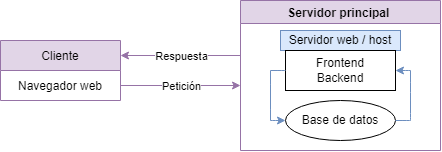
Before: My_portfolio_arquitecture.drawio.png, a diagram exported from draw.io (Geronimo-Samaja/My_repository_01). Source tidied: cells renumbered, new cells last; positions are measured from the earlier drawing's top-left corner, leaving out a move shared by most shapes.
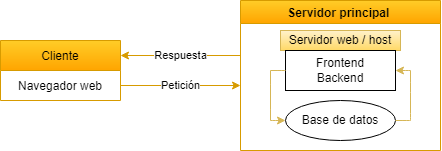
The same file after the commit.

What changed in the source:
```diff
@@ -2,16 +2,16 @@
   <root>
     <mxCell id="0" />
     <mxCell id="1" parent="0" />
-    <mxCell id="2" value="Cliente" style="swimlane;fontStyle=0;horizontal=1;startSize=30;fillColor=#e1d5e7;strokeColor=#9673a6;" parent="1" vertex="1">
+    <mxCell id="2" value="Cliente" style="swimlane;fontStyle=0;horizontal=1;startSize=30;fillColor=#ffcd28;strokeColor=#d79b00;gradientColor=#ffa500;" parent="1" vertex="1">
       <mxGeometry y="40" width="120" height="60" as="geometry" />
     </mxCell>
     <mxCell id="3" value="Navegador web" style="text;strokeColor=none;fillColor=none;align=center;verticalAlign=middle;spacingLeft=4;spacingRight=4;overflow=hidden;points=[[0,0.5],[1,0.5]];portConstraint=eastwest;" parent="2" vertex="1">
       <mxGeometry y="30" width="120" height="30" as="geometry" />
     </mxCell>
-    <mxCell id="4" value="Servidor principal " style="swimlane;fillColor=#e1d5e7;strokeColor=#9673a6;" parent="1" vertex="1">
+    <mxCell id="4" value="Servidor principal " style="swimlane;fillColor=#ffcd28;strokeColor=#d79b00;gradientColor=#ffa500;" parent="1" vertex="1">
       <mxGeometry x="240" width="200" height="150" as="geometry" />
     </mxCell>
-    <mxCell id="5" value="Servidor web / host" style="whiteSpace=wrap;html=1;fillColor=#dae8fc;strokeColor=#6c8ebf;" parent="4" vertex="1">
+    <mxCell id="5" value="Servidor web / host" style="whiteSpace=wrap;html=1;fillColor=#fff2cc;strokeColor=#d6b656;gradientColor=#ffd966;" parent="4" vertex="1">
       <mxGeometry x="40" y="30" width="120" height="20" as="geometry" />
     </mxCell>
     <mxCell id="6" value="Base de datos" style="ellipse;whiteSpace=wrap;html=1;" parent="4" vertex="1">
@@ -23,7 +23,7 @@
     <mxCell id="8" style="edgeStyle=none;shape=connector;curved=1;rounded=0;orthogonalLoop=1;jettySize=auto;html=1;entryX=1;entryY=0.5;entryDx=0;entryDy=0;labelBackgroundColor=default;fontFamily=Helvetica;fontSize=11;fontColor=default;endArrow=classic;strokeColor=default;" parent="4" edge="1" source="5" target="5">
       <mxGeometry relative="1" as="geometry" />
     </mxCell>
-    <mxCell id="9" style="endArrow=classic;html=1;rounded=0;exitX=1;exitY=0.5;exitDx=0;exitDy=0;fillColor=#e1d5e7;strokeColor=#9673a6;" parent="1" edge="1" source="3">
+    <mxCell id="9" style="endArrow=classic;html=1;rounded=0;exitX=1;exitY=0.5;exitDx=0;exitDy=0;fillColor=#ffcd28;strokeColor=#d79b00;gradientColor=#ffa500;" parent="1" edge="1" source="3">
       <mxGeometry relative="1" as="geometry">
         <mxPoint x="240" y="85" as="targetPoint" />
       </mxGeometry>
@@ -31,7 +31,7 @@
     <mxCell id="10" value="Petición" style="edgeLabel;html=1;align=center;verticalAlign=middle;" parent="9" vertex="1">
       <mxGeometry relative="1" as="geometry" />
     </mxCell>
-    <mxCell id="11" style="endArrow=classic;html=1;rounded=0;entryX=1;entryY=0.25;entryDx=0;entryDy=0;fillColor=#e1d5e7;strokeColor=#9673a6;" parent="1" edge="1" target="2">
+    <mxCell id="11" style="endArrow=classic;html=1;rounded=0;entryX=1;entryY=0.25;entryDx=0;entryDy=0;fillColor=#ffcd28;strokeColor=#d79b00;gradientColor=#ffa500;" parent="1" edge="1" target="2">
       <mxGeometry relative="1" as="geometry">
         <mxPoint x="240" y="55" as="sourcePoint" />
       </mxGeometry>
@@ -39,7 +39,7 @@
     <mxCell id="12" value="Respuesta" style="edgeLabel;html=1;align=center;verticalAlign=middle;" parent="11" vertex="1">
       <mxGeometry relative="1" as="geometry" />
     </mxCell>
-    <mxCell id="13" style="endArrow=none;html=1;rounded=0;labelBackgroundColor=default;fontFamily=Helvetica;fontSize=11;fontColor=default;strokeColor=#6c8ebf;shape=connector;curved=1;fillColor=#dae8fc;" parent="1" edge="1">
+    <mxCell id="13" style="endArrow=none;html=1;rounded=0;labelBackgroundColor=default;fontFamily=Helvetica;fontSize=11;fontColor=default;strokeColor=#d6b656;shape=connector;curved=1;fillColor=#fff2cc;gradientColor=#ffd966;" parent="1" edge="1">
       <mxGeometry relative="1" as="geometry">
         <mxPoint x="270" y="120" as="sourcePoint" />
         <mxPoint x="270" y="70" as="targetPoint" />
@@ -48,28 +48,28 @@
         </Array>
       </mxGeometry>
     </mxCell>
-    <mxCell id="14" style="endArrow=classic;html=1;rounded=0;labelBackgroundColor=default;fontFamily=Helvetica;fontSize=11;fontColor=default;strokeColor=#6c8ebf;shape=connector;curved=1;entryX=0;entryY=0.5;entryDx=0;entryDy=0;fillColor=#dae8fc;" parent="1" edge="1" target="6">
+    <mxCell id="14" style="endArrow=classic;html=1;rounded=0;labelBackgroundColor=default;fontFamily=Helvetica;fontSize=11;fontColor=default;strokeColor=#d6b656;shape=connector;curved=1;entryX=0;entryY=0.5;entryDx=0;entryDy=0;fillColor=#fff2cc;gradientColor=#ffd966;" parent="1" edge="1" target="6">
       <mxGeometry relative="1" as="geometry">
         <mxPoint x="270" y="120" as="sourcePoint" />
       </mxGeometry>
     </mxCell>
-    <mxCell id="15" style="endArrow=none;html=1;rounded=0;labelBackgroundColor=default;fontFamily=Helvetica;fontSize=11;fontColor=default;strokeColor=#6c8ebf;shape=connector;curved=1;exitX=0;exitY=0.5;exitDx=0;exitDy=0;fillColor=#dae8fc;" parent="1" edge="1" source="7">
+    <mxCell id="15" style="endArrow=none;html=1;rounded=0;labelBackgroundColor=default;fontFamily=Helvetica;fontSize=11;fontColor=default;strokeColor=#d6b656;shape=connector;curved=1;exitX=0;exitY=0.5;exitDx=0;exitDy=0;fillColor=#fff2cc;gradientColor=#ffd966;" parent="1" edge="1" source="7">
       <mxGeometry relative="1" as="geometry">
         <mxPoint x="270" y="70" as="targetPoint" />
       </mxGeometry>
     </mxCell>
-    <mxCell id="16" style="endArrow=classic;html=1;rounded=0;labelBackgroundColor=default;fontFamily=Helvetica;fontSize=11;fontColor=default;strokeColor=#6c8ebf;shape=connector;curved=1;entryX=1;entryY=0.5;entryDx=0;entryDy=0;fillColor=#dae8fc;" parent="1" edge="1" target="7">
+    <mxCell id="16" style="endArrow=classic;html=1;rounded=0;labelBackgroundColor=default;fontFamily=Helvetica;fontSize=11;fontColor=default;strokeColor=#d6b656;shape=connector;curved=1;entryX=1;entryY=0.5;entryDx=0;entryDy=0;fillColor=#fff2cc;gradientColor=#ffd966;" parent="1" edge="1" target="7">
       <mxGeometry relative="1" as="geometry">
         <mxPoint x="410" y="70" as="sourcePoint" />
       </mxGeometry>
     </mxCell>
-    <mxCell id="17" style="endArrow=none;html=1;rounded=0;labelBackgroundColor=default;fontFamily=Helvetica;fontSize=11;fontColor=default;strokeColor=#6c8ebf;shape=connector;curved=1;fillColor=#dae8fc;" parent="1" edge="1">
+    <mxCell id="17" style="endArrow=none;html=1;rounded=0;labelBackgroundColor=default;fontFamily=Helvetica;fontSize=11;fontColor=default;strokeColor=#d6b656;shape=connector;curved=1;fillColor=#fff2cc;gradientColor=#ffd966;" parent="1" edge="1">
       <mxGeometry relative="1" as="geometry">
         <mxPoint x="410" y="120" as="sourcePoint" />
         <mxPoint x="410" y="70" as="targetPoint" />
       </mxGeometry>
     </mxCell>
-    <mxCell id="18" style="endArrow=none;html=1;rounded=0;labelBackgroundColor=default;fontFamily=Helvetica;fontSize=11;fontColor=default;strokeColor=#6c8ebf;shape=connector;curved=1;fillColor=#dae8fc;entryX=1;entryY=0.5;entryDx=0;entryDy=0;" parent="1" edge="1" target="6">
+    <mxCell id="18" style="endArrow=none;html=1;rounded=0;labelBackgroundColor=default;fontFamily=Helvetica;fontSize=11;fontColor=default;strokeColor=#d6b656;shape=connector;curved=1;fillColor=#fff2cc;entryX=1;entryY=0.5;entryDx=0;entryDy=0;gradientColor=#ffd966;" parent="1" edge="1" target="6">
       <mxGeometry relative="1" as="geometry">
         <mxPoint x="410" y="120" as="sourcePoint" />
       </mxGeometry>
```
